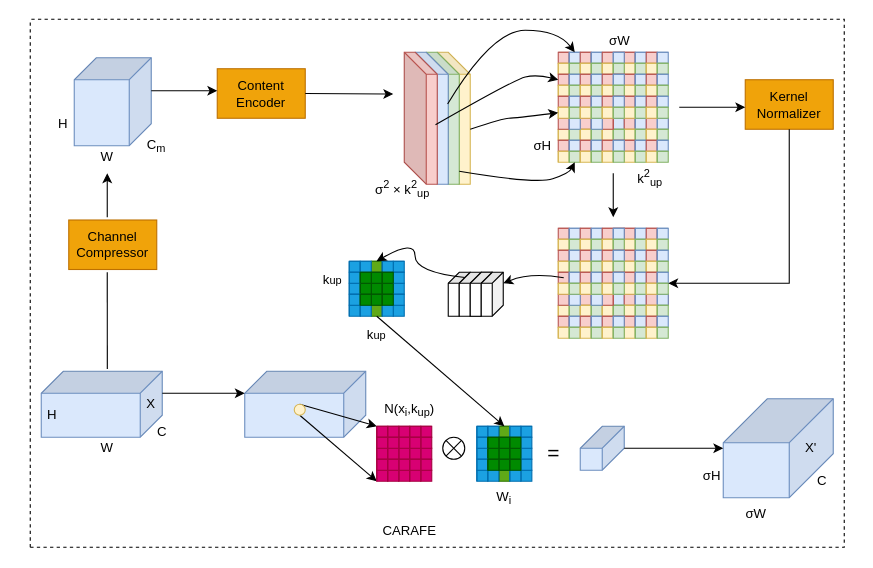
This is CARAFE.drawio from lgq622/long, a draw.io file, before an edit. Source tidied: cells renumbered, new cells numbered last; positions are measured from the earlier drawing's top-left corner, leaving out a move shared by most shapes. Both pictures are drawn from the tidied source at 110%, with x=0, y=0 at pixel (19, 19).
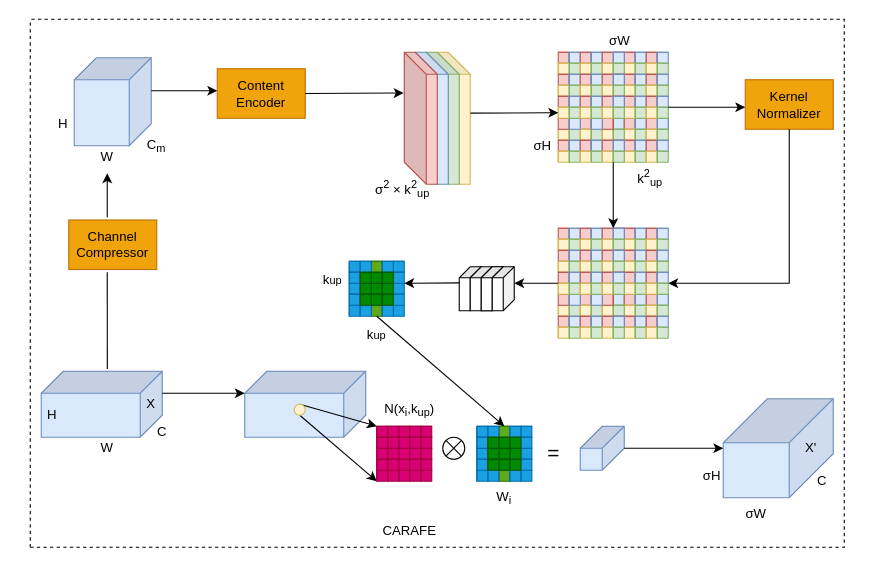
The same diagram, later.

Unchanged cells that the change refers to:
```xml
<mxCell id="6" style="shape=cube;whiteSpace=wrap;html=1;boundedLbl=1;backgroundOutline=1;darkOpacity=0.05;darkOpacity2=0.1;size=20;direction=east;fillColor=#fff2cc;strokeColor=#d6b656;" parent="1" vertex="1">
  <mxGeometry x="380" y="30" width="30" height="120" as="geometry" />
</mxCell>
<mxCell id="8" style="shape=cube;whiteSpace=wrap;html=1;boundedLbl=1;backgroundOutline=1;darkOpacity=0.05;darkOpacity2=0.1;size=20;direction=east;fillColor=#dae8fc;strokeColor=#6c8ebf;" parent="1" vertex="1">
  <mxGeometry x="360" y="30" width="30" height="120" as="geometry" />
</mxCell>
<mxCell id="9" style="shape=cube;whiteSpace=wrap;html=1;boundedLbl=1;backgroundOutline=1;darkOpacity=0.05;darkOpacity2=0.1;size=20;direction=east;fillColor=#f8cecc;strokeColor=#b85450;" parent="1" vertex="1">
  <mxGeometry x="350" y="30" width="30" height="120" as="geometry" />
</mxCell>
<mxCell id="13" style="shape=cube;whiteSpace=wrap;html=1;boundedLbl=1;backgroundOutline=1;darkOpacity=0.05;darkOpacity2=0.1;size=0;direction=east;fillColor=#dae8fc;strokeColor=#6c8ebf;" parent="1" vertex="1">
  <mxGeometry x="500" y="30" width="10" height="10" as="geometry" />
</mxCell>
<mxCell id="31" style="shape=cube;whiteSpace=wrap;html=1;boundedLbl=1;backgroundOutline=1;darkOpacity=0.05;darkOpacity2=0.1;size=0;direction=south;fillColor=#f8cecc;strokeColor=#b85450;" parent="1" vertex="1">
  <mxGeometry x="490" y="50" width="10" height="10" as="geometry" />
</mxCell>
<mxCell id="72" style="shape=cube;whiteSpace=wrap;html=1;boundedLbl=1;backgroundOutline=1;darkOpacity=0.05;darkOpacity2=0.1;size=0;direction=east;fillColor=#fff2cc;strokeColor=#d6b656;" parent="1" vertex="1">
  <mxGeometry x="490" y="80" width="10" height="10" as="geometry" />
</mxCell>
<mxCell id="90" style="shape=cube;whiteSpace=wrap;html=1;boundedLbl=1;backgroundOutline=1;darkOpacity=0.05;darkOpacity2=0.1;size=0;direction=east;fillColor=#d5e8d4;strokeColor=#82b366;" parent="1" vertex="1">
  <mxGeometry x="580" y="80" width="10" height="10" as="geometry" />
</mxCell>
<mxCell id="106" style="shape=cube;whiteSpace=wrap;html=1;boundedLbl=1;backgroundOutline=1;darkOpacity=0.05;darkOpacity2=0.1;size=0;direction=east;fillColor=#d5e8d4;strokeColor=#82b366;" parent="1" vertex="1">
  <mxGeometry x="540" y="120" width="10" height="10" as="geometry" />
</mxCell>
<mxCell id="115" value="Content Encoder" style="rounded=0;whiteSpace=wrap;html=1;fillColor=#f0a30a;fontColor=#000000;strokeColor=#BD7000;" parent="1" vertex="1">
  <mxGeometry x="180" y="45" width="80" height="45" as="geometry" />
</mxCell>
<mxCell id="121" value="Kernel&lt;div&gt;Normalizer&lt;/div&gt;" style="rounded=0;whiteSpace=wrap;html=1;fillColor=#f0a30a;fontColor=#000000;strokeColor=#BD7000;" parent="1" vertex="1">
  <mxGeometry x="660" y="55" width="80" height="45" as="geometry" />
</mxCell>
<mxCell id="198" style="shape=cube;whiteSpace=wrap;html=1;boundedLbl=1;backgroundOutline=1;darkOpacity=0.05;darkOpacity2=0.1;size=0;direction=east;fillColor=#dae8fc;strokeColor=#6c8ebf;" parent="1" vertex="1">
  <mxGeometry x="540" y="190" width="10" height="10" as="geometry" />
</mxCell>
<mxCell id="245" style="shape=cube;whiteSpace=wrap;html=1;boundedLbl=1;backgroundOutline=1;darkOpacity=0.05;darkOpacity2=0.1;size=0;direction=east;fillColor=#fff2cc;strokeColor=#d6b656;" parent="1" vertex="1">
  <mxGeometry x="490" y="240" width="10" height="10" as="geometry" />
</mxCell>
<mxCell id="307" style="shape=cube;whiteSpace=wrap;html=1;boundedLbl=1;backgroundOutline=1;darkOpacity=0.05;darkOpacity2=0.1;size=0;direction=east;fillColor=#1ba1e2;strokeColor=#006EAF;strokeWidth=1;fontColor=#ffffff;" parent="1" vertex="1">
  <mxGeometry x="340" y="230" width="10" height="10" as="geometry" />
</mxCell>
```

What changed in the source:
```diff
@@
     <mxCell id="11" style="shape=cube;whiteSpace=wrap;html=1;boundedLbl=1;backgroundOutline=1;darkOpacity=0.05;darkOpacity2=0.1;size=10;direction=south;" parent="1" vertex="1">
-      <mxGeometry x="410" y="230" width="20" height="40" as="geometry" />
+      <mxGeometry x="420" y="225" width="20" height="40" as="geometry" />
     </mxCell>
@@
-    <mxCell id="111" style="curved=1;endArrow=classic;html=1;rounded=0;exitX=0;exitY=0;exitDx=30;exitDy=70;exitPerimeter=0;entryX=0;entryY=0;entryDx=0;entryDy=5;entryPerimeter=0;" parent="1" edge="1" source="6" target="72">
-      <mxGeometry relative="1" as="geometry">
-        <Array as="points">
-          <mxPoint x="440" y="90" />
-          <mxPoint x="450" y="90" />
-        </Array>
-      </mxGeometry>
-    </mxCell>
-    <mxCell id="112" style="curved=1;endArrow=classic;html=1;rounded=0;exitX=1;exitY=0.902;exitDx=0;exitDy=0;exitPerimeter=0;entryX=0;entryY=0;entryDx=5;entryDy=10;entryPerimeter=0;" parent="1" edge="1">
-      <mxGeometry relative="1" as="geometry">
-        <mxPoint x="400" y="138.2" as="sourcePoint" />
-        <mxPoint x="505" y="130" as="targetPoint" />
-        <Array as="points">
-          <mxPoint x="470" y="150" />
-          <mxPoint x="500" y="140" />
-        </Array>
-      </mxGeometry>
-    </mxCell>
-    <mxCell id="113" style="curved=1;endArrow=classic;html=1;rounded=0;exitX=0.981;exitY=0.392;exitDx=0;exitDy=0;exitPerimeter=0;entryX=0;entryY=0;entryDx=5;entryDy=0;entryPerimeter=0;" parent="1" edge="1" source="8" target="13">
-      <mxGeometry relative="1" as="geometry">
-        <Array as="points">
-          <mxPoint x="430" y="10" />
-          <mxPoint x="490" y="10" />
-        </Array>
-      </mxGeometry>
-    </mxCell>
-    <mxCell id="114" style="curved=1;endArrow=classic;html=1;rounded=0;exitX=0.947;exitY=0.55;exitDx=0;exitDy=0;exitPerimeter=0;entryX=0;entryY=0;entryDx=5;entryDy=10;entryPerimeter=0;" parent="1" edge="1" source="9" target="31">
-      <mxGeometry relative="1" as="geometry">
-        <Array as="points">
-          <mxPoint x="450" y="55" />
-          <mxPoint x="470" y="50" />
-        </Array>
-      </mxGeometry>
-    </mxCell>
@@
-    <mxCell id="120" style="endArrow=classic;html=1;rounded=0;exitX=1;exitY=0.5;exitDx=0;exitDy=0;" parent="1" edge="1" source="115">
-      <mxGeometry relative="1" as="geometry">
-        <mxPoint x="340" y="68" as="targetPoint" />
-      </mxGeometry>
+    <mxCell id="120" style="endArrow=classic;html=1;rounded=0;exitX=1;exitY=0.5;exitDx=0;exitDy=0;entryX=-0.02;entryY=0.309;entryDx=0;entryDy=0;entryPerimeter=0;" parent="1" edge="1" source="115" target="9">
+      <mxGeometry relative="1" as="geometry" />
     </mxCell>
@@
-    <mxCell id="284" style="endArrow=classic;html=1;rounded=0;" parent="1" edge="1">
-      <mxGeometry relative="1" as="geometry">
-        <mxPoint x="540" y="140" as="sourcePoint" />
-        <mxPoint x="540" y="180" as="targetPoint" />
-      </mxGeometry>
+    <mxCell id="284" style="endArrow=classic;html=1;rounded=0;entryX=0;entryY=0;entryDx=0;entryDy=0;entryPerimeter=0;exitX=0;exitY=0;exitDx=0;exitDy=10;exitPerimeter=0;" parent="1" edge="1" source="106" target="198">
+      <mxGeometry relative="1" as="geometry" />
     </mxCell>
     <mxCell id="285" style="shape=cube;whiteSpace=wrap;html=1;boundedLbl=1;backgroundOutline=1;darkOpacity=0.05;darkOpacity2=0.1;size=10;direction=south;" parent="1" vertex="1">
-      <mxGeometry x="390" y="230" width="20" height="40" as="geometry" />
+      <mxGeometry x="400" y="225" width="20" height="40" as="geometry" />
     </mxCell>
     <mxCell id="286" style="shape=cube;whiteSpace=wrap;html=1;boundedLbl=1;backgroundOutline=1;darkOpacity=0.05;darkOpacity2=0.1;size=10;direction=south;" parent="1" vertex="1">
-      <mxGeometry x="400" y="230" width="20" height="40" as="geometry" />
+      <mxGeometry x="410" y="225" width="20" height="40" as="geometry" />
     </mxCell>
     <mxCell id="287" style="shape=cube;whiteSpace=wrap;html=1;boundedLbl=1;backgroundOutline=1;darkOpacity=0.05;darkOpacity2=0.1;size=10;direction=south;" parent="1" vertex="1">
-      <mxGeometry x="410" y="230" width="20" height="40" as="geometry" />
+      <mxGeometry x="420" y="225" width="20" height="40" as="geometry" />
     </mxCell>
     <mxCell id="288" style="shape=cube;whiteSpace=wrap;html=1;boundedLbl=1;backgroundOutline=1;darkOpacity=0.05;darkOpacity2=0.1;size=10;direction=south;" parent="1" vertex="1">
-      <mxGeometry x="420" y="230" width="20" height="40" as="geometry" />
+      <mxGeometry x="430" y="225" width="20" height="40" as="geometry" />
     </mxCell>
-    <mxCell id="289" style="curved=1;endArrow=classic;html=1;rounded=0;exitX=0;exitY=0;exitDx=0;exitDy=5;exitPerimeter=0;" parent="1" edge="1">
-      <mxGeometry relative="1" as="geometry">
-        <mxPoint x="495" y="235" as="sourcePoint" />
-        <mxPoint x="440" y="240" as="targetPoint" />
-        <Array as="points">
-          <mxPoint x="465" y="230" />
-        </Array>
-      </mxGeometry>
-    </mxCell>
@@
-    <mxCell id="315" style="curved=1;endArrow=classic;html=1;rounded=0;entryX=0;entryY=0;entryDx=10;entryDy=0;entryPerimeter=0;exitX=0.12;exitY=0.476;exitDx=0;exitDy=0;exitPerimeter=0;" parent="1" edge="1">
-      <mxGeometry relative="1" as="geometry">
-        <mxPoint x="405.2" y="234.8" as="sourcePoint" />
-        <mxPoint x="324.8" y="220" as="targetPoint" />
-        <Array as="points">
-          <mxPoint x="359.8" y="230" />
-          <mxPoint x="359.8" y="200" />
-        </Array>
-      </mxGeometry>
-    </mxCell>
@@
-    <mxCell id="318" style="endArrow=classic;html=1;rounded=0;" parent="1" edge="1">
-      <mxGeometry relative="1" as="geometry">
-        <mxPoint x="600" y="80" as="sourcePoint" />
-        <mxPoint x="660" y="80" as="targetPoint" />
-      </mxGeometry>
+    <mxCell id="318" style="endArrow=classic;html=1;rounded=0;exitX=0;exitY=0;exitDx=10;exitDy=0;exitPerimeter=0;entryX=0;entryY=0.556;entryDx=0;entryDy=0;entryPerimeter=0;" parent="1" edge="1" source="90" target="121">
+      <mxGeometry relative="1" as="geometry" />
     </mxCell>
@@
+    <mxCell id="339" style="endArrow=classic;html=1;rounded=0;exitX=0;exitY=0;exitDx=0;exitDy=0;exitPerimeter=0;" parent="1" edge="1" source="245">
+      <mxGeometry relative="1" as="geometry">
+        <mxPoint x="450" y="240" as="targetPoint" />
+      </mxGeometry>
+    </mxCell>
+    <mxCell id="340" style="endArrow=classic;html=1;rounded=0;entryX=1;entryY=1;entryDx=0;entryDy=0;entryPerimeter=0;exitX=0.366;exitY=0.984;exitDx=0;exitDy=0;exitPerimeter=0;" parent="1" edge="1" source="285" target="307">
+      <mxGeometry relative="1" as="geometry" />
+    </mxCell>
+    <mxCell id="111" style="endArrow=classic;html=1;rounded=0;exitX=1.007;exitY=0.461;exitDx=0;exitDy=0;exitPerimeter=0;entryX=0;entryY=0;entryDx=0;entryDy=5;entryPerimeter=0;" parent="1" edge="1" source="6" target="72">
+      <mxGeometry relative="1" as="geometry" />
+    </mxCell>
```
